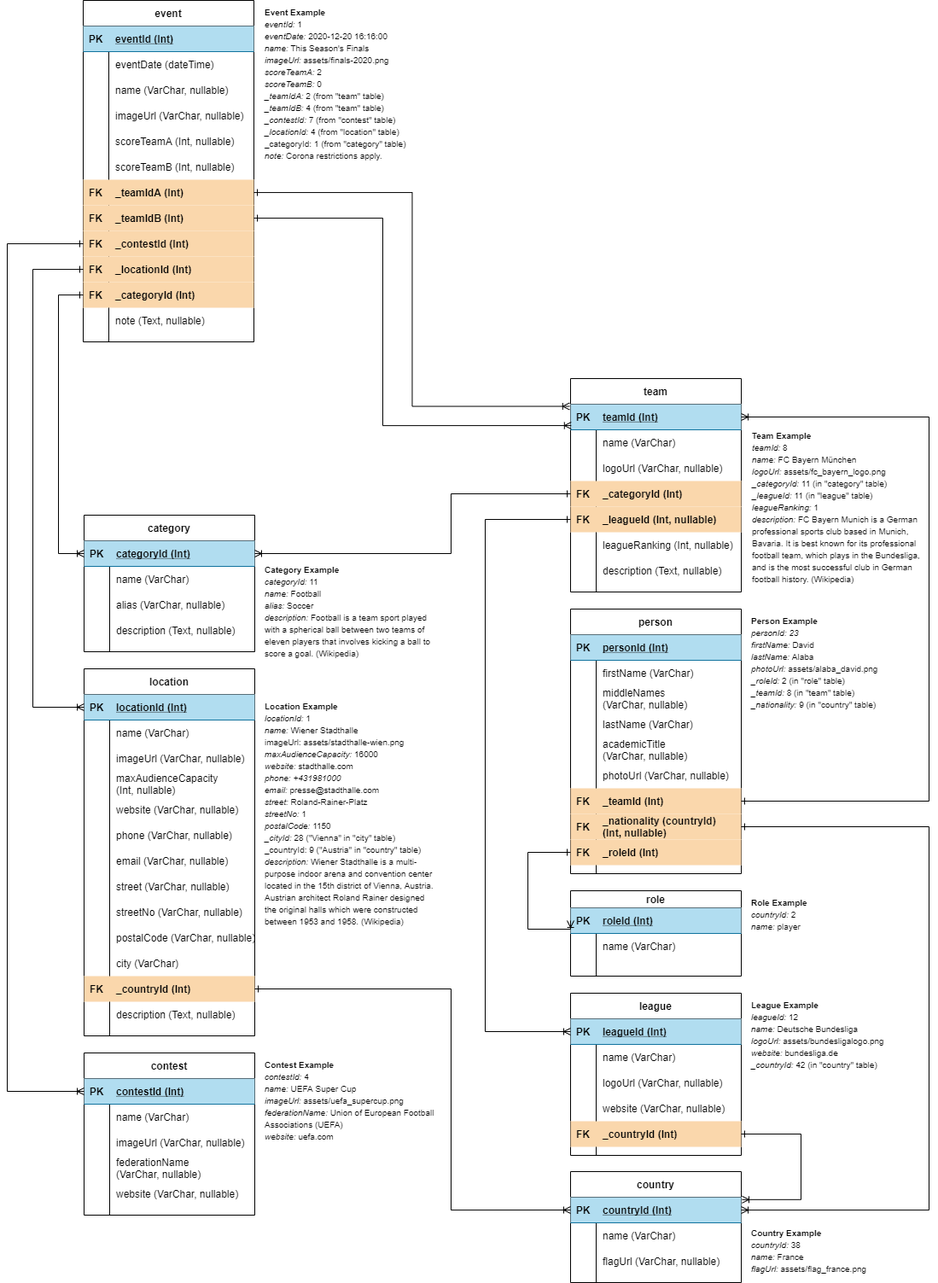
mbalabanov/eventradar keeps this draw.io diagram as documentation/01_db-model.png. Above is the earlier version. Source tidied: cells renumbered, new cells last; positions are measured from the earlier drawing's top-left corner, leaving out a move shared by most shapes.
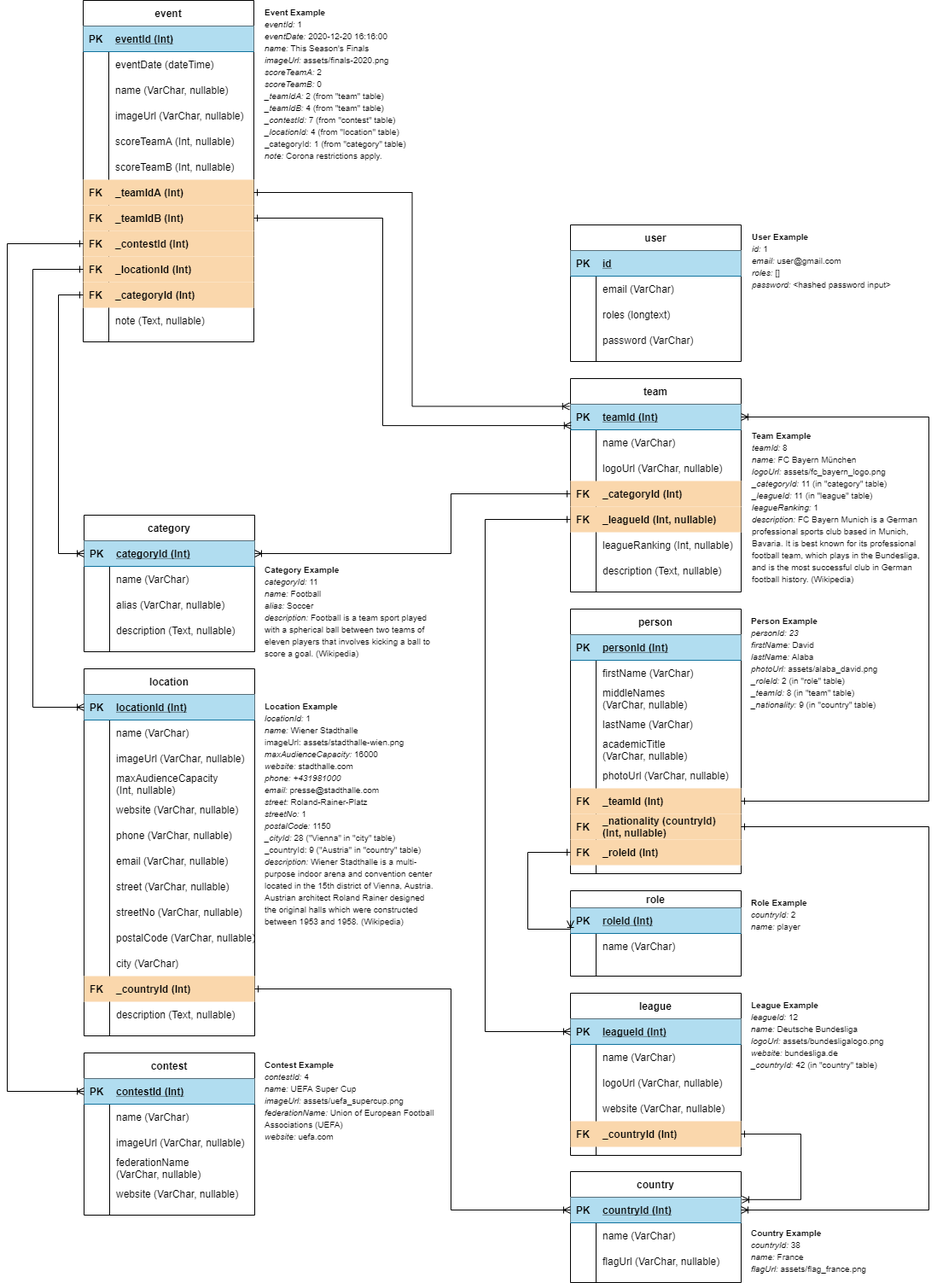
Later version of the same file.

Commit message:
Updates DB model diagram

What changed in the source:
```diff
@@ -687,5 +687,47 @@
         </Array>
       </mxGeometry>
     </mxCell>
+    <mxCell id="212" value="user" style="shape=table;startSize=30;rowLines=0;fontStyle=1;align=center;" parent="1" vertex="1">
+      <mxGeometry x="660" y="263" width="200" height="160" as="geometry" />
+    </mxCell>
+    <mxCell id="213" style="shape=partialRectangle;fillColor=#b1ddf0;top=0;left=0;bottom=1;right=0;strokeColor=#10739e;" parent="212" vertex="1">
+      <mxGeometry y="30" width="200" height="30" as="geometry" />
+    </mxCell>
+    <mxCell id="214" value="PK" style="shape=partialRectangle;fillColor=none;top=0;left=0;bottom=0;right=0;fontStyle=1;overflow=hidden;" parent="213" vertex="1">
+      <mxGeometry width="30" height="30" as="geometry" />
+    </mxCell>
+    <mxCell id="215" value="id" style="shape=partialRectangle;fillColor=none;top=0;left=0;bottom=0;right=0;align=left;spacingLeft=6;fontStyle=5;overflow=hidden;" parent="213" vertex="1">
+      <mxGeometry x="30" width="170" height="30" as="geometry" />
+    </mxCell>
+    <mxCell id="216" style="shape=partialRectangle;fillColor=none;top=0;left=0;bottom=0;right=0;" parent="212" vertex="1">
+      <mxGeometry y="60" width="200" height="30" as="geometry" />
+    </mxCell>
+    <mxCell id="217" style="shape=partialRectangle;fillColor=none;top=0;left=0;bottom=0;right=0;overflow=hidden;" parent="216" vertex="1">
+      <mxGeometry width="30" height="30" as="geometry" />
+    </mxCell>
+    <mxCell id="218" value="email (VarChar)" style="shape=partialRectangle;fillColor=none;top=0;left=0;bottom=0;right=0;align=left;spacingLeft=6;overflow=hidden;" parent="216" vertex="1">
+      <mxGeometry x="30" width="170" height="30" as="geometry" />
+    </mxCell>
+    <mxCell id="219" style="shape=partialRectangle;fillColor=none;top=0;left=0;bottom=0;right=0;" parent="212" vertex="1">
+      <mxGeometry y="90" width="200" height="30" as="geometry" />
+    </mxCell>
+    <mxCell id="220" style="shape=partialRectangle;fillColor=none;top=0;left=0;bottom=0;right=0;overflow=hidden;" parent="219" vertex="1">
+      <mxGeometry width="30" height="30" as="geometry" />
+    </mxCell>
+    <mxCell id="221" value="roles (longtext)" style="shape=partialRectangle;fillColor=none;top=0;left=0;bottom=0;right=0;align=left;spacingLeft=6;overflow=hidden;" parent="219" vertex="1">
+      <mxGeometry x="30" width="170" height="30" as="geometry" />
+    </mxCell>
+    <mxCell id="222" style="shape=partialRectangle;fillColor=none;top=0;left=0;bottom=0;right=0;" parent="212" vertex="1">
+      <mxGeometry y="120" width="200" height="30" as="geometry" />
+    </mxCell>
+    <mxCell id="223" style="shape=partialRectangle;fillColor=none;top=0;left=0;bottom=0;right=0;overflow=hidden;" parent="222" vertex="1">
+      <mxGeometry width="30" height="30" as="geometry" />
+    </mxCell>
+    <mxCell id="224" value="password (VarChar)" style="shape=partialRectangle;fillColor=none;top=0;left=0;bottom=0;right=0;align=left;spacingLeft=6;overflow=hidden;" parent="222" vertex="1">
+      <mxGeometry x="30" width="170" height="30" as="geometry" />
+    </mxCell>
+    <mxCell id="225" value="&lt;font style=&quot;font-size: 10px&quot;&gt;&lt;b&gt;User Example&lt;/b&gt;&lt;br&gt;&lt;i&gt;id:&lt;/i&gt;&amp;nbsp;1&lt;br&gt;&lt;i&gt;email:&lt;/i&gt; user@gmail.com&lt;br&gt;&lt;i&gt;roles:&lt;/i&gt;&amp;nbsp;[]&lt;br&gt;&lt;i&gt;password:&lt;/i&gt;&amp;nbsp;&amp;lt;hashed password input&amp;gt;&lt;br&gt;&lt;/font&gt;" style="text;html=1;strokeColor=none;fillColor=none;align=left;verticalAlign=top;whiteSpace=wrap;rounded=0;sketch=0;" parent="1" vertex="1">
+      <mxGeometry x="871" y="263" width="200" height="110" as="geometry" />
+    </mxCell>
   </root>
 </mxGraphModel>
```
